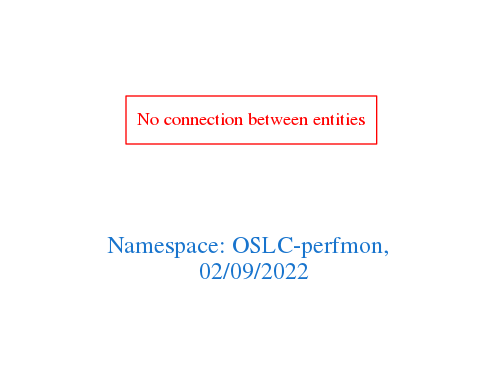
Above: downloads/OSLC-perfmon.png in arago/OGIT (Graphviz), before the change. Its source is kept beside it as downloads/OSLC-perfmon.dot.
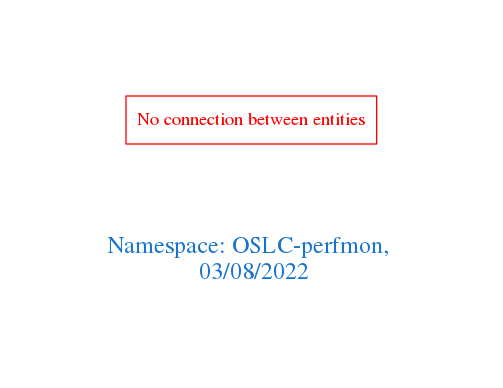
After the change.

The edit, as a diff of the source:
```diff
@@ -1,7 +1,7 @@
 digraph OGIT_ontology {
  graph [ rankdir= LR,pad=1
 fontsize = 18,
-fontcolor= dodgerblue3,label = "\n\n\nNamespace: OSLC-perfmon, \n 02/09/2022"];
+fontcolor= dodgerblue3,label = "\n\n\nNamespace: OSLC-perfmon, \n 03/08/2022"];
 node[shape=polygon];
 edge [  color="gray81"];
 
```
